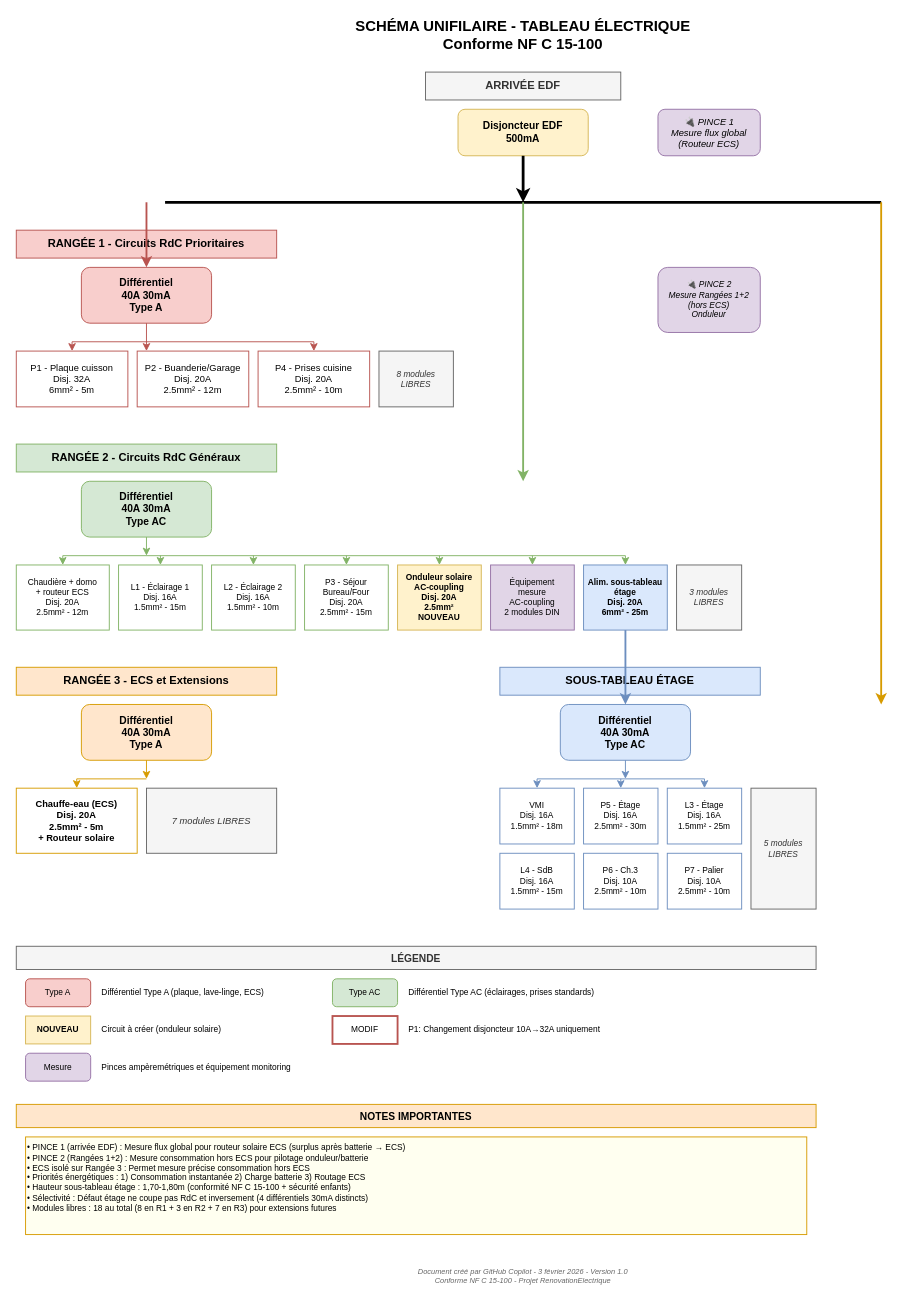
pledou/RenovationElectrique keeps this draw.io diagram as doc/schema_unifilaire_tableau.drawio. Above is the earlier version. Source tidied: cells renumbered, new cells numbered last; positions are measured from the earlier drawing's top-left corner, leaving out a move shared by most shapes. Both pictures are drawn from the tidied source at 93%, with x=0, y=0 at pixel (16, 16).
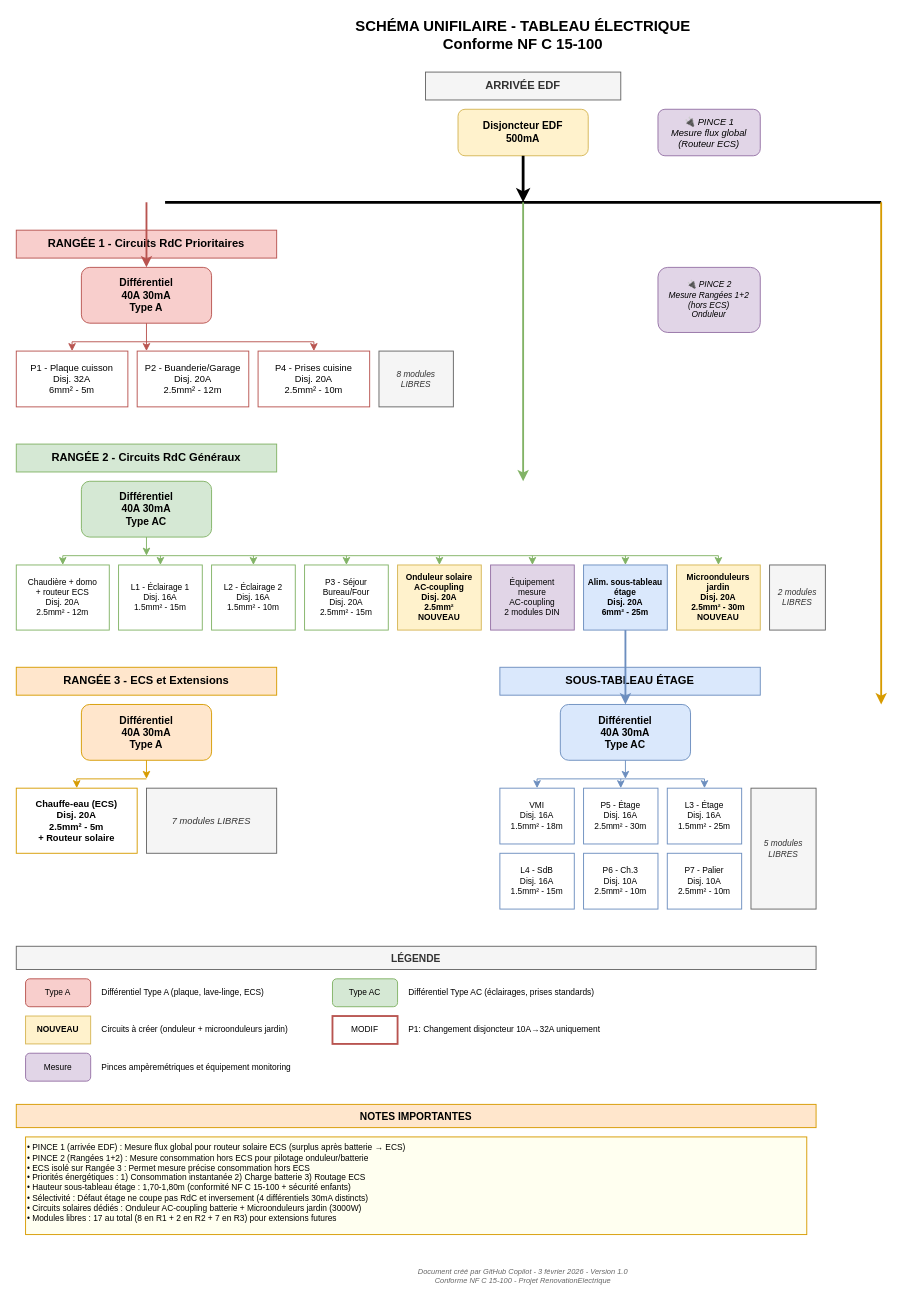
The same page after the edit.

Commit message (it also covers changes not shown here):
Résolution anomalie microonduleurs

What changed in the source:
```diff
@@
+    <mxCell id="77" value="Microonduleurs&#10;jardin&#10;Disj. 20A&#10;2.5mm² - 30m&#10;NOUVEAU" style="rounded=0;whiteSpace=wrap;html=1;fillColor=#fff2cc;strokeColor=#d6b656;fontSize=9;fontStyle=1;" parent="1" vertex="1">
+      <mxGeometry x="710" y="590" width="90" height="70" as="geometry" />
+    </mxCell>
-    <mxCell id="30" value="3 modules&#10;LIBRES" style="rounded=0;whiteSpace=wrap;html=1;fillColor=#f5f5f5;strokeColor=#666666;fontSize=9;fontStyle=2;fontColor=#333333;" parent="1" vertex="1">
-      <mxGeometry x="710" y="590" width="70" height="70" as="geometry" />
+    <mxCell id="30" value="2 modules&#10;LIBRES" style="rounded=0;whiteSpace=wrap;html=1;fillColor=#f5f5f5;strokeColor=#666666;fontSize=9;fontStyle=2;fontColor=#333333;" parent="1" vertex="1">
+      <mxGeometry x="810" y="590" width="60" height="70" as="geometry" />
     </mxCell>
@@
     <mxCell id="32" style="endArrow=none;html=1;strokeWidth=1;strokeColor=#82b366;" parent="1" edge="1">
       <mxGeometry relative="1" as="geometry">
         <mxPoint x="50" y="580" as="sourcePoint" />
-        <mxPoint x="655" y="580" as="targetPoint" />
+        <mxPoint x="755" y="580" as="targetPoint" />
       </mxGeometry>
     </mxCell>
@@
+    <mxCell id="78" style="endArrow=classic;html=1;strokeWidth=1;strokeColor=#82b366;" parent="1" edge="1">
+      <mxGeometry relative="1" as="geometry">
+        <mxPoint x="755" y="580" as="sourcePoint" />
+        <mxPoint x="755" y="590" as="targetPoint" />
+      </mxGeometry>
+    </mxCell>
@@
-    <mxCell id="69" value="Circuit à créer (onduleur solaire)" style="text;html=1;align=left;verticalAlign=middle;whiteSpace=wrap;fontSize=9;" parent="1" vertex="1">
-      <mxGeometry x="90" y="1075" width="180" height="30" as="geometry" />
+    <mxCell id="69" value="Circuits à créer (onduleur + microonduleurs jardin)" style="text;html=1;align=left;verticalAlign=middle;whiteSpace=wrap;fontSize=9;" parent="1" vertex="1">
+      <mxGeometry x="90" y="1075" width="250" height="30" as="geometry" />
     </mxCell>
@@
-    <mxCell id="75" value="• PINCE 1 (arrivée EDF) : Mesure flux global pour routeur solaire ECS (surplus après batterie → ECS)&#10;• PINCE 2 (Rangées 1+2) : Mesure consommation hors ECS pour pilotage onduleur/batterie&#10;• ECS isolé sur Rangée 3 : Permet mesure précise consommation hors ECS&#10;• Priorités énergétiques : 1) Consommation instantanée  2) Charge batterie  3) Routage ECS&#10;• Hauteur sous-tableau étage : 1,70-1,80m (conformité NF C 15-100 + sécurité enfants)&#10;• Sélectivité : Défaut étage ne coupe pas RdC et inversement (4 différentiels 30mA distincts)&#10;• Modules libres : 18 au total (8 en R1 + 3 en R2 + 7 en R3) pour extensions futures" style="text;html=1;align=left;verticalAlign=top;whiteSpace=wrap;fontSize=9;fillColor=#fffff0;strokeColor=#d79b00;" parent="1" vertex="1">
+    <mxCell id="75" value="• PINCE 1 (arrivée EDF) : Mesure flux global pour routeur solaire ECS (surplus après batterie → ECS)&#10;• PINCE 2 (Rangées 1+2) : Mesure consommation hors ECS pour pilotage onduleur/batterie&#10;• ECS isolé sur Rangée 3 : Permet mesure précise consommation hors ECS&#10;• Priorités énergétiques : 1) Consommation instantanée  2) Charge batterie  3) Routage ECS&#10;• Hauteur sous-tableau étage : 1,70-1,80m (conformité NF C 15-100 + sécurité enfants)&#10;• Sélectivité : Défaut étage ne coupe pas RdC et inversement (4 différentiels 30mA distincts)&#10;• Circuits solaires dédiés : Onduleur AC-coupling batterie + Microonduleurs jardin (3000W)&#10;• Modules libres : 17 au total (8 en R1 + 2 en R2 + 7 en R3) pour extensions futures" style="text;html=1;align=left;verticalAlign=top;whiteSpace=wrap;fontSize=9;fillColor=#fffff0;strokeColor=#d79b00;" parent="1" vertex="1">
       <mxGeometry x="10" y="1205" width="840" height="105" as="geometry" />
     </mxCell>
```
